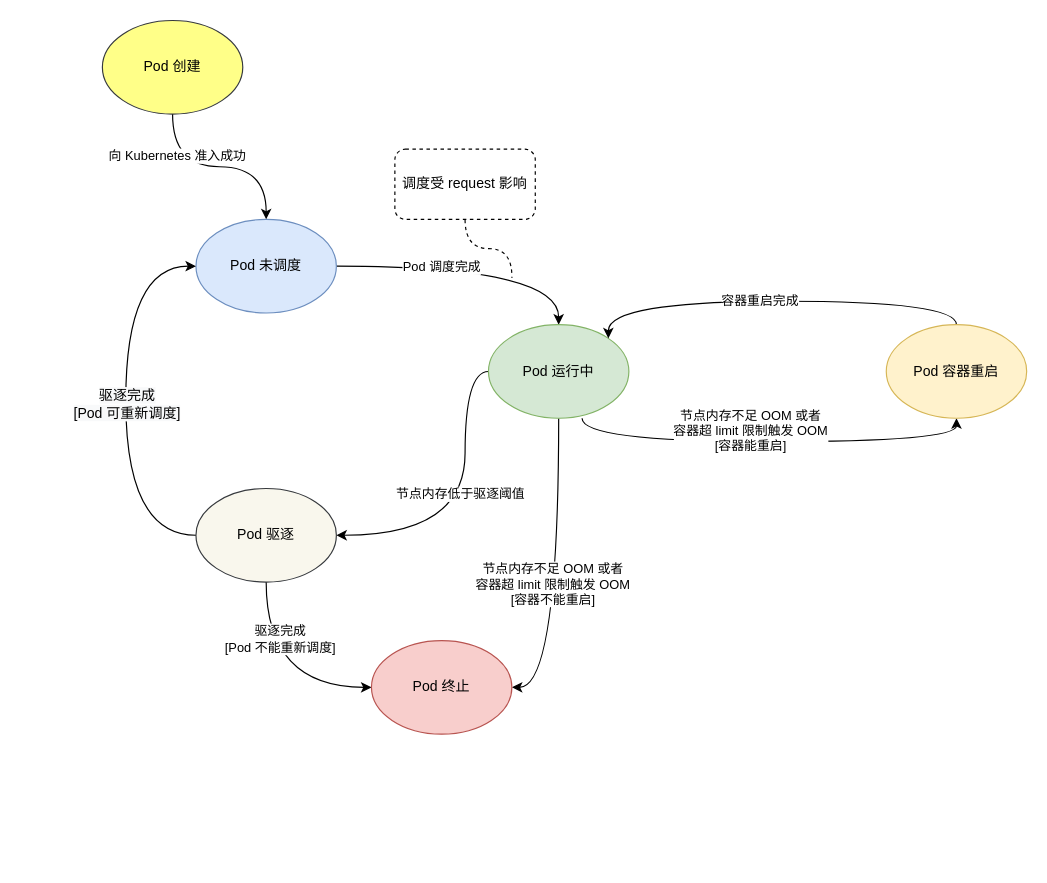
Before: kube/request-limit/assets/pod-state-machine.drawio in lsj9383/Containerization, a draw.io diagram. Source tidied: cells renumbered, new cells numbered last; positions are measured from the earlier drawing's top-left corner, leaving out a move shared by most shapes. Both pictures are drawn from the tidied source at 117%, with x=0, y=0 at pixel (102, 20).
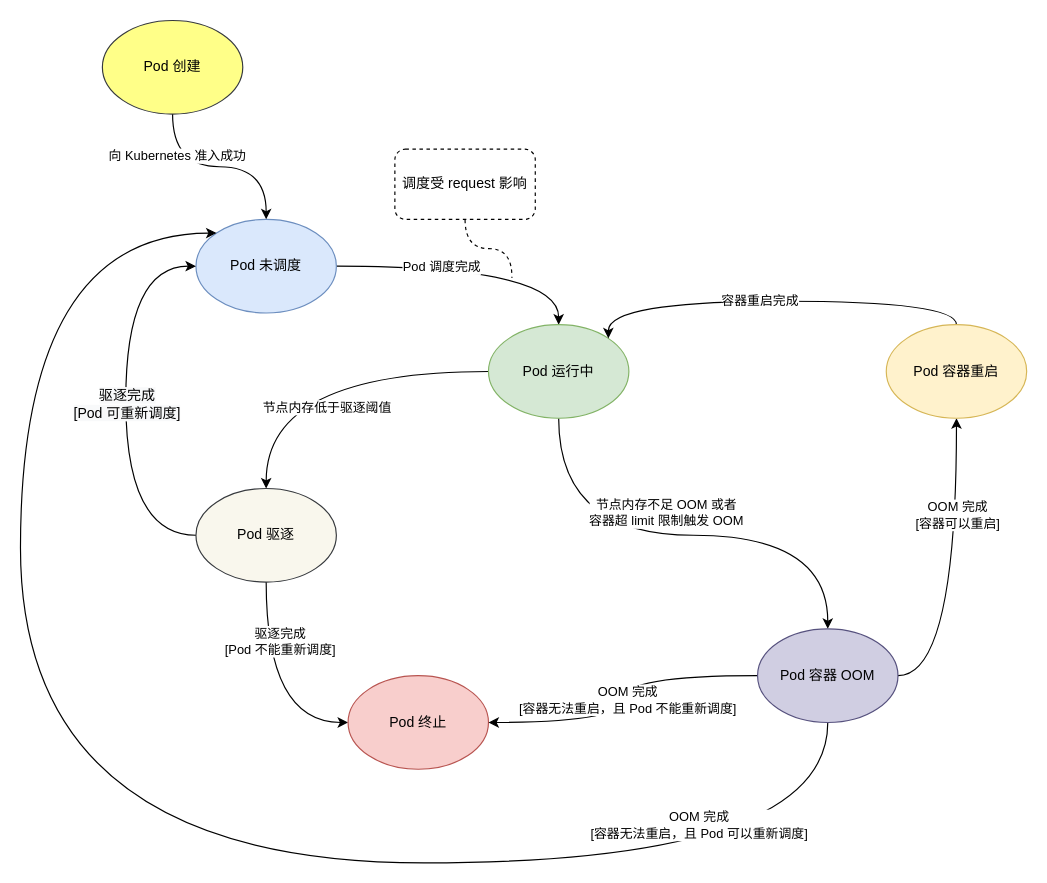
After the change.

Unchanged cells that the change refers to:
```xml
<mxCell id="4" value="Pod 未调度" style="ellipse;whiteSpace=wrap;html=1;fillColor=#dae8fc;strokeColor=#6c8ebf;" parent="1" vertex="1">
  <mxGeometry x="80" y="170" width="120" height="80" as="geometry" />
</mxCell>
<mxCell id="11" value="Pod 运行中" style="ellipse;whiteSpace=wrap;html=1;fillColor=#d5e8d4;strokeColor=#82b366;" parent="1" vertex="1">
  <mxGeometry x="330" y="260" width="120" height="80" as="geometry" />
</mxCell>
<mxCell id="16" value="Pod 驱逐" style="ellipse;whiteSpace=wrap;html=1;fillColor=#f9f7ed;strokeColor=#36393d;" parent="1" vertex="1">
  <mxGeometry x="80" y="400" width="120" height="80" as="geometry" />
</mxCell>
<mxCell id="20" value="Pod 容器重启" style="ellipse;whiteSpace=wrap;html=1;fillColor=#fff2cc;strokeColor=#d6b656;" parent="1" vertex="1">
  <mxGeometry x="670" y="260" width="120" height="80" as="geometry" />
</mxCell>
```

Diff of the diagram source:
```diff
@@
-    <mxCell id="5" style="edgeStyle=orthogonalEdgeStyle;curved=1;rounded=0;jettySize=auto;html=1;exitX=0;exitY=0.5;exitDx=0;exitDy=0;entryX=1;entryY=0.5;entryDx=0;entryDy=0;" parent="1" edge="1" source="11" target="16">
+    <mxCell id="5" style="edgeStyle=orthogonalEdgeStyle;curved=1;rounded=0;jettySize=auto;html=1;exitX=0;exitY=0.5;exitDx=0;exitDy=0;entryX=0.5;entryY=0;entryDx=0;entryDy=0;" parent="1" edge="1" source="11" target="16">
       <mxGeometry relative="1" as="geometry">
         <Array as="points">
-          <mxPoint x="310" y="300" />
-          <mxPoint x="310" y="440" />
+          <mxPoint x="140" y="300" />
         </Array>
       </mxGeometry>
     </mxCell>
     <mxCell id="6" value="节点内存低于驱逐阈值" style="edgeLabel;html=1;align=center;verticalAlign=middle;" parent="5" vertex="1">
-      <mxGeometry x="-0.08" y="-5" relative="1" as="geometry" />
+      <mxGeometry x="-0.08" y="-5" relative="1" as="geometry">
+        <mxPoint x="-6" y="35" as="offset" />
+      </mxGeometry>
     </mxCell>
-    <mxCell id="7" style="edgeStyle=orthogonalEdgeStyle;curved=1;rounded=0;jettySize=auto;html=1;exitX=0.5;exitY=1;exitDx=0;exitDy=0;entryX=1;entryY=0.5;entryDx=0;entryDy=0;" parent="1" edge="1" source="11" target="17">
+    <mxCell id="7" style="edgeStyle=orthogonalEdgeStyle;curved=1;rounded=0;jettySize=auto;html=1;exitX=0.5;exitY=1;exitDx=0;exitDy=0;entryX=0.5;entryY=0;entryDx=0;entryDy=0;" parent="1" edge="1" source="11" target="30">
       <mxGeometry relative="1" as="geometry">
         <Array as="points">
-          <mxPoint x="390" y="570" />
+          <mxPoint x="390" y="440" />
+          <mxPoint x="620" y="440" />
         </Array>
       </mxGeometry>
     </mxCell>
-    <mxCell id="8" value="节点内存不足 OOM 或者&lt;br&gt;容器超 limit 限制触发 OOM&lt;br&gt;[容器不能重启]" style="edgeLabel;html=1;align=center;verticalAlign=middle;" parent="7" vertex="1">
+    <mxCell id="8" value="节点内存不足 OOM 或者&lt;br&gt;容器超 limit 限制触发 OOM" style="edgeLabel;html=1;align=center;verticalAlign=middle;" parent="7" vertex="1">
       <mxGeometry x="0.17" y="-6" relative="1" as="geometry">
-        <mxPoint y="-17" as="offset" />
+        <mxPoint x="-49" y="-26" as="offset" />
       </mxGeometry>
     </mxCell>
-    <mxCell id="9" style="edgeStyle=orthogonalEdgeStyle;curved=1;rounded=0;jettySize=auto;html=1;exitX=1;exitY=1;exitDx=0;exitDy=0;entryX=0.5;entryY=1;entryDx=0;entryDy=0;" parent="1" edge="1" target="20">
+    <mxCell id="9" style="edgeStyle=orthogonalEdgeStyle;curved=1;rounded=0;jettySize=auto;html=1;exitX=1;exitY=0.5;exitDx=0;exitDy=0;entryX=0.5;entryY=1;entryDx=0;entryDy=0;" parent="1" edge="1" source="30" target="20">
       <mxGeometry relative="1" as="geometry">
-        <mxPoint x="410" y="340" as="sourcePoint" />
         <Array as="points">
-          <mxPoint x="410" y="360" />
-          <mxPoint x="730" y="360" />
+          <mxPoint x="730" y="560" />
         </Array>
       </mxGeometry>
     </mxCell>
-    <mxCell id="10" value="节点内存不足 OOM 或者&lt;br&gt;容器超 limit 限制触发 OOM&lt;br&gt;[容器能重启]" style="edgeLabel;html=1;align=center;verticalAlign=middle;" parent="9" vertex="1">
+    <mxCell id="10" value="OOM 完成&lt;br&gt;[容器可以重启]" style="edgeLabel;html=1;align=center;verticalAlign=middle;" parent="9" vertex="1">
       <mxGeometry x="-0.07" y="-5" relative="1" as="geometry">
-        <mxPoint x="-4" y="-15" as="offset" />
+        <mxPoint x="-5" y="-62" as="offset" />
       </mxGeometry>
     </mxCell>
@@
     <mxCell id="17" value="Pod 终止" style="ellipse;whiteSpace=wrap;html=1;fillColor=#f8cecc;strokeColor=#b85450;" parent="1" vertex="1">
-      <mxGeometry x="230" y="530" width="120" height="80" as="geometry" />
+      <mxGeometry x="210" y="560" width="120" height="80" as="geometry" />
     </mxCell>
@@
+    <mxCell id="26" style="edgeStyle=orthogonalEdgeStyle;rounded=0;jettySize=auto;html=1;exitX=0;exitY=0.5;exitDx=0;exitDy=0;entryX=1;entryY=0.5;entryDx=0;entryDy=0;curved=1;" parent="1" edge="1" source="30" target="17">
+      <mxGeometry relative="1" as="geometry" />
+    </mxCell>
+    <mxCell id="27" value="OOM 完成&lt;br&gt;[容器无法重启，且 Pod 不能重新调度]" style="edgeLabel;html=1;align=center;verticalAlign=middle;" parent="26" vertex="1">
+      <mxGeometry x="0.41" y="-5" relative="1" as="geometry">
+        <mxPoint x="38" y="-15" as="offset" />
+      </mxGeometry>
+    </mxCell>
+    <mxCell id="28" style="edgeStyle=orthogonalEdgeStyle;curved=1;rounded=0;jettySize=auto;html=1;exitX=0.5;exitY=1;exitDx=0;exitDy=0;entryX=0;entryY=0;entryDx=0;entryDy=0;" parent="1" edge="1" source="30" target="4">
+      <mxGeometry relative="1" as="geometry">
+        <Array as="points">
+          <mxPoint x="620" y="720" />
+          <mxPoint x="-70" y="720" />
+          <mxPoint x="-70" y="182" />
+        </Array>
+      </mxGeometry>
+    </mxCell>
+    <mxCell id="29" value="OOM 完成&lt;br&gt;[容器无法重启，且 Pod 可以重新调度]" style="edgeLabel;html=1;align=center;verticalAlign=middle;" parent="28" vertex="1">
+      <mxGeometry x="-0.77" y="-33" relative="1" as="geometry">
+        <mxPoint x="-57" as="offset" />
+      </mxGeometry>
+    </mxCell>
+    <mxCell id="30" value="Pod 容器 OOM" style="ellipse;whiteSpace=wrap;html=1;fillColor=#d0cee2;strokeColor=#56517e;" parent="1" vertex="1">
+      <mxGeometry x="560" y="520" width="120" height="80" as="geometry" />
+    </mxCell>
```
